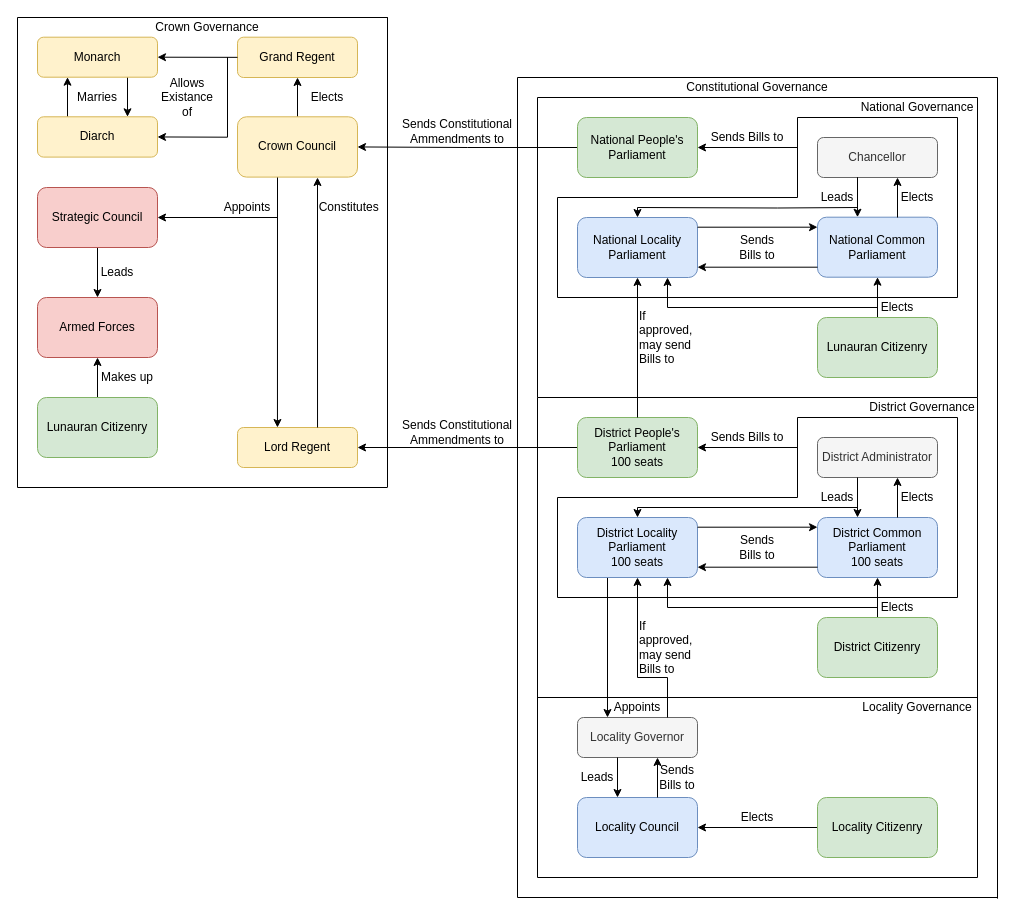
Before: Lunaura/Gov structure.drawio in jamlamtheblue/DES-Pol, a draw.io diagram. Source tidied: cells renumbered, new cells numbered last; positions are measured from the earlier drawing's top-left corner, leaving out a move shared by most shapes. Both pictures are drawn from the tidied source at 100%, with x=0, y=0 at pixel (17, 17).
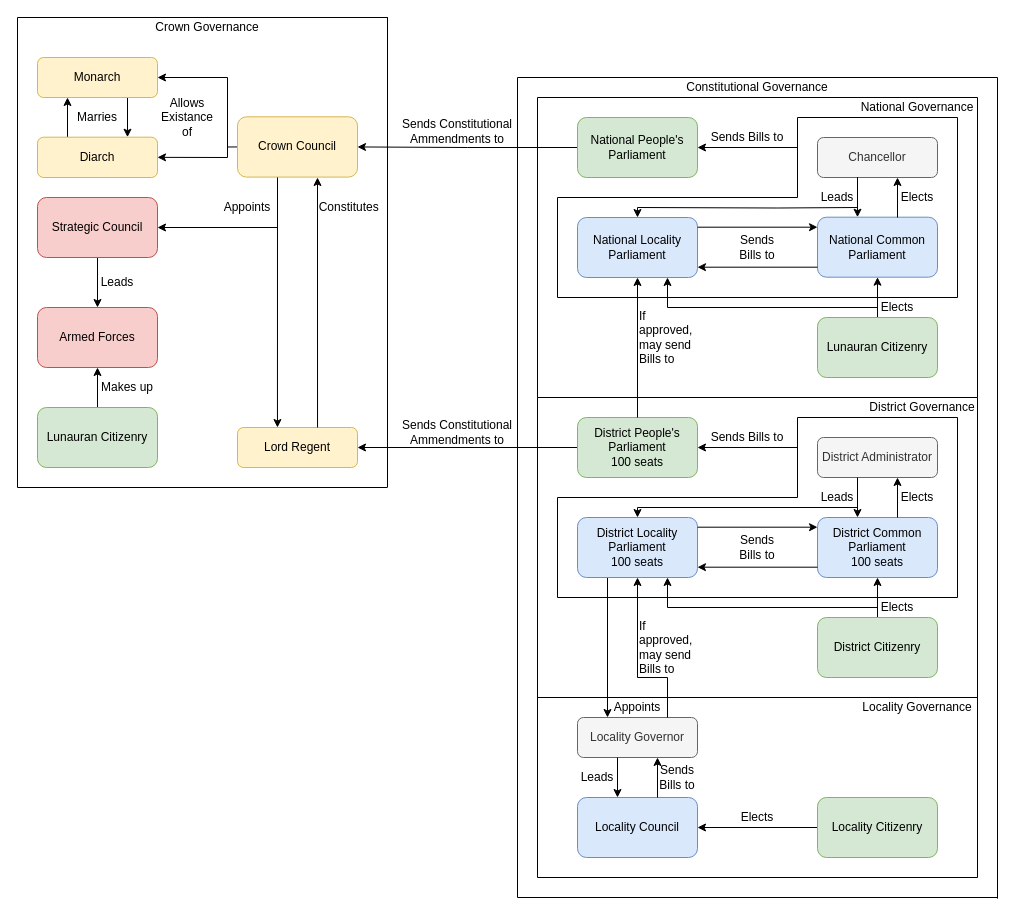
The same page after the edit.

Commit message (it also covers changes not shown here):
Little change I apparently had

Unchanged cells that the change refers to:
```xml
<mxCell id="85" value="Crown Council" style="rounded=1;whiteSpace=wrap;html=1;fillColor=#fff2cc;strokeColor=#d6b656;" parent="1" vertex="1">
  <mxGeometry x="220" y="99.3" width="120" height="60.3" as="geometry" />
</mxCell>
```

What changed in the source:
```diff
@@
-    <mxCell id="84" style="edgeStyle=orthogonalEdgeStyle;rounded=0;jettySize=auto;html=1;exitX=0.5;exitY=0;exitDx=0;exitDy=0;entryX=0.5;entryY=1;entryDx=0;entryDy=0;" parent="1" edge="1" source="85" target="91">
-      <mxGeometry relative="1" as="geometry" />
-    </mxCell>
+    <mxCell id="117" style="edgeStyle=orthogonalEdgeStyle;rounded=0;jettySize=auto;html=1;exitX=0;exitY=0.5;exitDx=0;exitDy=0;endArrow=none;endFill=0;" parent="1" edge="1" source="85">
+      <mxGeometry relative="1" as="geometry">
+        <mxPoint x="210" y="130" as="targetPoint" />
+      </mxGeometry>
+    </mxCell>
@@
-    <mxCell id="91" value="Grand Regent" style="rounded=1;whiteSpace=wrap;html=1;fillColor=#fff2cc;strokeColor=#d6b656;" parent="1" vertex="1">
-      <mxGeometry x="220" y="19.7" width="120" height="40.3" as="geometry" />
-    </mxCell>
-    <mxCell id="92" value="Elects" style="text;html=1;strokeColor=none;fillColor=none;align=center;verticalAlign=middle;whiteSpace=wrap;rounded=0;" parent="1" vertex="1">
-      <mxGeometry x="280" y="70" width="60" height="20" as="geometry" />
-    </mxCell>
@@
     <mxCell id="94" value="Monarch" style="rounded=1;whiteSpace=wrap;html=1;fillColor=#fff2cc;strokeColor=#d6b656;" parent="1" vertex="1">
-      <mxGeometry x="20" y="19.7" width="120" height="40" as="geometry" />
+      <mxGeometry x="20" y="40" width="120" height="40" as="geometry" />
     </mxCell>
     <mxCell id="95" value="Allows Existance of" style="text;html=1;strokeColor=none;fillColor=none;align=center;verticalAlign=middle;whiteSpace=wrap;rounded=0;" parent="1" vertex="1">
-      <mxGeometry x="140" y="39.7" width="60" height="80" as="geometry" />
+      <mxGeometry x="140" y="60" width="60" height="80" as="geometry" />
     </mxCell>
@@
     <mxCell id="97" value="Diarch" style="rounded=1;whiteSpace=wrap;html=1;fillColor=#fff2cc;strokeColor=#d6b656;" parent="1" vertex="1">
-      <mxGeometry x="20" y="99.3" width="120" height="40.3" as="geometry" />
+      <mxGeometry x="20" y="119.7" width="120" height="40.3" as="geometry" />
     </mxCell>
     <mxCell id="98" style="endArrow=none;html=1;rounded=0;startArrow=classic;startFill=1;exitX=1;exitY=0.5;exitDx=0;exitDy=0;" parent="1" edge="1" source="100">
       <mxGeometry relative="1" as="geometry">
-        <mxPoint x="260" y="200" as="targetPoint" />
+        <mxPoint x="260" y="210" as="targetPoint" />
       </mxGeometry>
     </mxCell>
@@
     <mxCell id="100" value="Strategic Council" style="rounded=1;whiteSpace=wrap;html=1;fillColor=#f8cecc;strokeColor=#b85450;" parent="1" vertex="1">
-      <mxGeometry x="20" y="170" width="120" height="60" as="geometry" />
+      <mxGeometry x="20" y="180" width="120" height="60" as="geometry" />
     </mxCell>
     <mxCell id="101" value="Marries" style="text;html=1;strokeColor=none;fillColor=none;align=center;verticalAlign=middle;whiteSpace=wrap;rounded=0;" parent="1" vertex="1">
-      <mxGeometry x="60" y="59.7" width="40" height="39.7" as="geometry" />
+      <mxGeometry x="60" y="80" width="40" height="39.7" as="geometry" />
     </mxCell>
     <mxCell id="102" style="endArrow=classic;html=1;rounded=0;entryX=1;entryY=0.5;entryDx=0;entryDy=0;" parent="1" edge="1" target="97">
       <mxGeometry relative="1" as="geometry">
-        <mxPoint x="210" y="119.7" as="sourcePoint" />
+        <mxPoint x="210" y="140" as="sourcePoint" />
       </mxGeometry>
     </mxCell>
-    <mxCell id="103" style="endArrow=classic;html=1;rounded=0;entryX=1;entryY=0.5;entryDx=0;entryDy=0;exitX=0;exitY=0.5;exitDx=0;exitDy=0;" parent="1" edge="1" source="91" target="94">
-      <mxGeometry relative="1" as="geometry" />
+    <mxCell id="103" style="endArrow=classic;html=1;rounded=0;entryX=1;entryY=0.5;entryDx=0;entryDy=0;" parent="1" edge="1" target="94">
+      <mxGeometry relative="1" as="geometry">
+        <mxPoint x="210" y="60" as="sourcePoint" />
+      </mxGeometry>
     </mxCell>
     <mxCell id="104" style="endArrow=none;html=1;rounded=0;" parent="1" edge="1">
       <mxGeometry relative="1" as="geometry">
-        <mxPoint x="210" y="119.7" as="sourcePoint" />
-        <mxPoint x="210" y="39.7" as="targetPoint" />
+        <mxPoint x="210" y="140" as="sourcePoint" />
+        <mxPoint x="210" y="60" as="targetPoint" />
       </mxGeometry>
     </mxCell>
@@
     <mxCell id="112" value="Armed Forces" style="rounded=1;whiteSpace=wrap;html=1;fillColor=#f8cecc;strokeColor=#b85450;" parent="1" vertex="1">
-      <mxGeometry x="20" y="280" width="120" height="60" as="geometry" />
+      <mxGeometry x="20" y="290" width="120" height="60" as="geometry" />
     </mxCell>
     <mxCell id="113" value="Leads" style="text;html=1;strokeColor=none;fillColor=none;align=center;verticalAlign=middle;whiteSpace=wrap;rounded=0;" parent="1" vertex="1">
-      <mxGeometry x="80" y="230" width="40" height="50" as="geometry" />
+      <mxGeometry x="80" y="240" width="40" height="50" as="geometry" />
     </mxCell>
@@
     <mxCell id="115" value="Lunauran Citizenry" style="rounded=1;whiteSpace=wrap;html=1;fillColor=#d5e8d4;strokeColor=#82b366;" parent="1" vertex="1">
-      <mxGeometry x="20" y="380" width="120" height="60" as="geometry" />
+      <mxGeometry x="20" y="390" width="120" height="60" as="geometry" />
     </mxCell>
     <mxCell id="116" value="Makes up" style="text;html=1;strokeColor=none;fillColor=none;align=center;verticalAlign=middle;whiteSpace=wrap;rounded=0;" parent="1" vertex="1">
-      <mxGeometry x="80" y="340" width="60" height="40" as="geometry" />
+      <mxGeometry x="80" y="350" width="60" height="40" as="geometry" />
     </mxCell>
```
